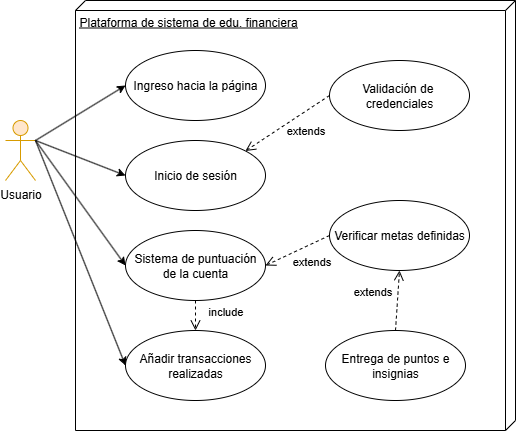
This is Imagenes/CasoUsoRF06.png from DLRin/anteproyecto, a draw.io export, as it was before one commit. Source tidied: cells renumbered, new cells last; positions are measured from the earlier drawing's top-left corner, leaving out a move shared by most shapes.
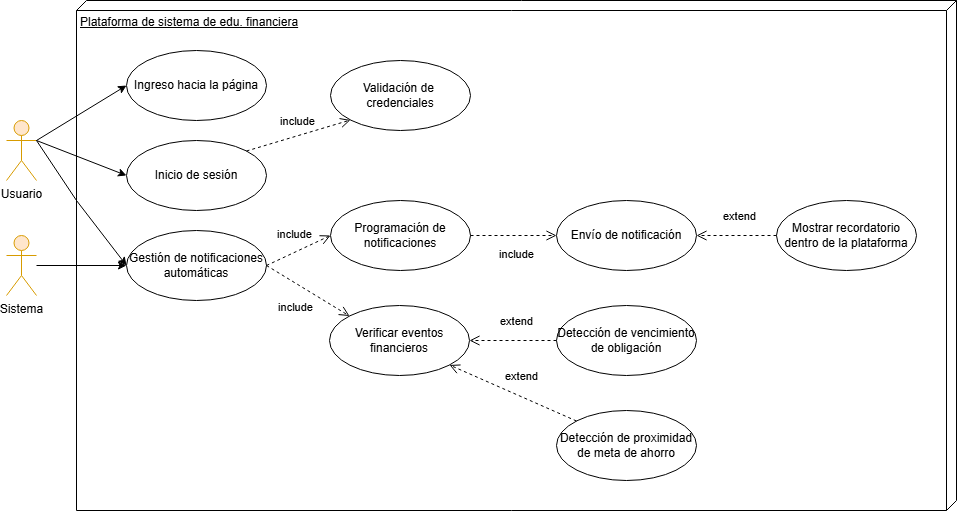
After the commit.

Change to the diagram source:
```diff
@@ -6,7 +6,7 @@
       <mxGeometry y="120" width="30" height="60" as="geometry" />
     </mxCell>
     <mxCell id="3" value="Plataforma de sistema de edu. financiera" style="verticalAlign=top;align=left;spacingTop=8;spacingLeft=2;spacingRight=12;shape=cube;size=10;direction=south;fontStyle=4;html=1;whiteSpace=wrap;" parent="1" vertex="1">
-      <mxGeometry x="70" width="440" height="430" as="geometry" />
+      <mxGeometry x="70" width="880" height="510" as="geometry" />
     </mxCell>
     <mxCell id="4" value="Ingreso hacia la página" style="ellipse;whiteSpace=wrap;html=1;" parent="1" vertex="1">
       <mxGeometry x="120" y="50" width="140" height="70" as="geometry" />
@@ -17,10 +17,8 @@
     <mxCell id="6" value="Validación de&amp;nbsp; credenciales" style="ellipse;whiteSpace=wrap;html=1;" parent="1" vertex="1">
       <mxGeometry x="324" y="60" width="140" height="70" as="geometry" />
     </mxCell>
-    <mxCell id="7" value="extends" style="html=1;verticalAlign=bottom;endArrow=open;dashed=1;endSize=8;curved=0;rounded=0;exitX=0;exitY=0.5;exitDx=0;exitDy=0;entryX=1;entryY=0;entryDx=0;entryDy=0;" parent="1" edge="1" source="6" target="5">
-      <mxGeometry x="-0.11" y="25" relative="1" as="geometry">
-        <mxPoint y="-1" as="offset" />
-      </mxGeometry>
+    <mxCell id="7" value="include" style="html=1;verticalAlign=bottom;endArrow=open;dashed=1;endSize=8;curved=0;rounded=0;entryX=0;entryY=1;entryDx=0;entryDy=0;exitX=1;exitY=0;exitDx=0;exitDy=0;" parent="1" edge="1" source="5" target="6">
+      <mxGeometry x="-0.01" y="5" relative="1" as="geometry" />
     </mxCell>
     <mxCell id="8" style="rounded=0;jettySize=auto;html=1;exitX=1;exitY=0.3333333333333333;exitDx=0;exitDy=0;exitPerimeter=0;entryX=0;entryY=0.5;entryDx=0;entryDy=0;" parent="1" edge="1" source="2" target="4">
       <mxGeometry relative="1" as="geometry" />
@@ -30,36 +28,57 @@
         <mxPoint x="30" y="140" as="sourcePoint" />
       </mxGeometry>
     </mxCell>
-    <mxCell id="10" value="Sistema de puntuación de la cuenta" style="ellipse;whiteSpace=wrap;html=1;" parent="1" vertex="1">
+    <mxCell id="10" value="Gestión de notificaciones automáticas" style="ellipse;whiteSpace=wrap;html=1;" parent="1" vertex="1">
       <mxGeometry x="120" y="230" width="140" height="70" as="geometry" />
     </mxCell>
     <mxCell id="11" style="rounded=0;jettySize=auto;html=1;entryX=0;entryY=0.5;entryDx=0;entryDy=0;exitX=1;exitY=0.3333333333333333;exitDx=0;exitDy=0;exitPerimeter=0;" parent="1" edge="1" source="2" target="10">
-      <mxGeometry relative="1" as="geometry" />
+      <mxGeometry relative="1" as="geometry">
+        <Array as="points">
+          <mxPoint x="70" y="200" />
+        </Array>
+      </mxGeometry>
     </mxCell>
-    <mxCell id="12" value="Verificar metas definidas" style="ellipse;whiteSpace=wrap;html=1;" parent="1" vertex="1">
+    <mxCell id="12" value="Programación de notificaciones" style="ellipse;whiteSpace=wrap;html=1;" parent="1" vertex="1">
       <mxGeometry x="324" y="200" width="140" height="70" as="geometry" />
     </mxCell>
-    <mxCell id="13" value="extends" style="html=1;verticalAlign=bottom;endArrow=open;dashed=1;endSize=8;curved=0;rounded=0;exitX=0;exitY=0.5;exitDx=0;exitDy=0;entryX=1;entryY=0.5;entryDx=0;entryDy=0;" parent="1" edge="1" source="12" target="10">
-      <mxGeometry x="-0.11" y="25" relative="1" as="geometry">
-        <mxPoint y="-1" as="offset" />
-      </mxGeometry>
-    </mxCell>
-    <mxCell id="14" value="Añadir transacciones realizadas" style="ellipse;whiteSpace=wrap;html=1;" parent="1" vertex="1">
-      <mxGeometry x="120" y="330" width="140" height="70" as="geometry" />
-    </mxCell>
-    <mxCell id="15" style="rounded=0;jettySize=auto;html=1;exitX=1;exitY=0.3333333333333333;exitDx=0;exitDy=0;exitPerimeter=0;entryX=0;entryY=0.5;entryDx=0;entryDy=0;" parent="1" edge="1" source="2" target="14">
-      <mxGeometry relative="1" as="geometry" />
-    </mxCell>
-    <mxCell id="16" value="Entrega de puntos e insignias" style="ellipse;whiteSpace=wrap;html=1;" parent="1" vertex="1">
-      <mxGeometry x="320" y="330" width="140" height="70" as="geometry" />
+    <mxCell id="16" value="Verificar eventos financieros" style="ellipse;whiteSpace=wrap;html=1;" parent="1" vertex="1">
+      <mxGeometry x="323" y="305" width="140" height="70" as="geometry" />
     </mxCell>
-    <mxCell id="17" value="extends" style="html=1;verticalAlign=bottom;endArrow=open;dashed=1;endSize=8;curved=0;rounded=0;exitX=0.5;exitY=0;exitDx=0;exitDy=0;entryX=0.5;entryY=1;entryDx=0;entryDy=0;" parent="1" edge="1" source="16" target="12">
-      <mxGeometry x="-0.11" y="25" relative="1" as="geometry">
-        <mxPoint y="-1" as="offset" />
-      </mxGeometry>
-    </mxCell>
-    <mxCell id="18" value="include" style="html=1;verticalAlign=bottom;endArrow=open;dashed=1;endSize=8;curved=0;rounded=0;exitX=0.5;exitY=1;exitDx=0;exitDy=0;entryX=0.5;entryY=0;entryDx=0;entryDy=0;" parent="1" edge="1" source="10" target="14">
-      <mxGeometry x="0.33" y="30" relative="1" as="geometry" />
+    <mxCell id="18" value="include" style="html=1;verticalAlign=bottom;endArrow=open;dashed=1;endSize=8;curved=0;rounded=0;exitX=1;exitY=0.5;exitDx=0;exitDy=0;entryX=0;entryY=0.5;entryDx=0;entryDy=0;" parent="1" edge="1" source="10" target="12">
+      <mxGeometry x="-0.03" y="8" relative="1" as="geometry" />
     </mxCell>
+    <mxCell id="19" value="include" style="html=1;verticalAlign=bottom;endArrow=open;dashed=1;endSize=8;curved=0;rounded=0;exitX=1;exitY=0.5;exitDx=0;exitDy=0;entryX=0;entryY=0;entryDx=0;entryDy=0;" parent="1" edge="1" source="10" target="16">
+      <mxGeometry x="0.07" y="-28" relative="1" as="geometry" />
+    </mxCell>
+    <mxCell id="20" value="Detección de vencimiento de obligación" style="ellipse;whiteSpace=wrap;html=1;" parent="1" vertex="1">
+      <mxGeometry x="550" y="305" width="140" height="70" as="geometry" />
+    </mxCell>
+    <mxCell id="21" value="Detección de proximidad de meta de ahorro" style="ellipse;whiteSpace=wrap;html=1;" parent="1" vertex="1">
+      <mxGeometry x="550" y="410" width="140" height="70" as="geometry" />
+    </mxCell>
+    <mxCell id="22" value="Envío de notificación" style="ellipse;whiteSpace=wrap;html=1;" parent="1" vertex="1">
+      <mxGeometry x="550" y="200" width="140" height="70" as="geometry" />
+    </mxCell>
+    <mxCell id="23" value="Mostrar recordatorio dentro de la plataforma" style="ellipse;whiteSpace=wrap;html=1;" parent="1" vertex="1">
+      <mxGeometry x="770" y="200" width="140" height="70" as="geometry" />
+    </mxCell>
+    <mxCell id="24" value="include" style="html=1;verticalAlign=bottom;endArrow=open;dashed=1;endSize=8;curved=0;rounded=0;exitX=1;exitY=0.5;exitDx=0;exitDy=0;entryX=0;entryY=0.5;entryDx=0;entryDy=0;" parent="1" edge="1" source="12" target="22">
+      <mxGeometry x="0.07" y="-28" relative="1" as="geometry" />
+    </mxCell>
+    <mxCell id="25" value="extend" style="html=1;verticalAlign=bottom;endArrow=open;dashed=1;endSize=8;curved=0;rounded=0;exitX=0;exitY=0.5;exitDx=0;exitDy=0;entryX=1;entryY=0.5;entryDx=0;entryDy=0;" parent="1" edge="1" source="20" target="16">
+      <mxGeometry x="-0.08" y="-10" relative="1" as="geometry" />
+    </mxCell>
+    <mxCell id="26" value="extend" style="html=1;verticalAlign=bottom;endArrow=open;dashed=1;endSize=8;curved=0;rounded=0;exitX=0;exitY=0;exitDx=0;exitDy=0;entryX=1;entryY=1;entryDx=0;entryDy=0;" parent="1" edge="1" source="21" target="16">
+      <mxGeometry x="-0.08" y="-10" relative="1" as="geometry" />
+    </mxCell>
+    <mxCell id="27" value="extend" style="html=1;verticalAlign=bottom;endArrow=open;dashed=1;endSize=8;curved=0;rounded=0;exitX=0;exitY=0.5;exitDx=0;exitDy=0;entryX=1;entryY=0.5;entryDx=0;entryDy=0;" parent="1" edge="1" source="23" target="22">
+      <mxGeometry x="-0.08" y="-10" relative="1" as="geometry" />
+    </mxCell>
+    <mxCell id="28" value="Sistema" style="shape=umlActor;verticalLabelPosition=bottom;verticalAlign=top;html=1;fillColor=#ffe6cc;strokeColor=#d79b00;" parent="1" vertex="1">
+      <mxGeometry y="235" width="30" height="60" as="geometry" />
+    </mxCell>
+    <mxCell id="29" style="rounded=0;jettySize=auto;html=1;entryX=0;entryY=0.5;entryDx=0;entryDy=0;" parent="1" edge="1" source="28" target="10">
+      <mxGeometry relative="1" as="geometry" />
+    </mxCell>
   </root>
 </mxGraphModel>
```
